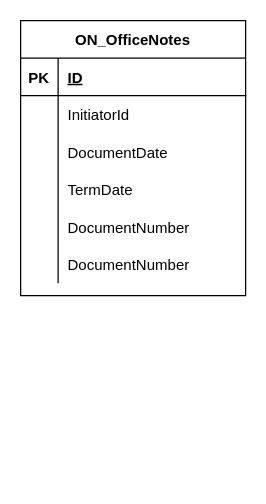
Earlier version of the draw.io diagram Untitled Diagram.drawio (the-shichko/drawio). Source tidied: cells renumbered, new cells numbered last; positions are measured from the earlier drawing's top-left corner, leaving out a move shared by most shapes. Both pictures are drawn from the tidied source at 125%, with x=0, y=0 at pixel (20, 20).
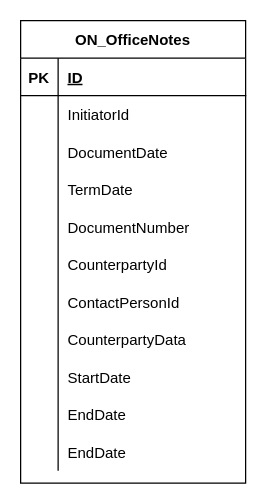
Above is the later version.

The change refers to these unchanged cells:
```xml
<mxCell id="18" style="shape=partialRectangle;fillColor=none;top=0;left=0;bottom=0;right=0;" parent="2" vertex="1">
  <mxGeometry y="180" width="180" height="30" as="geometry" />
</mxCell>
```

Diff of the diagram source:
```diff
@@
     <mxCell id="2" value="ON_OfficeNotes" style="shape=table;startSize=30;childLayout=tableLayout;rowLines=0;fontStyle=1;align=center;" parent="1" vertex="1">
-      <mxGeometry width="180" height="220" as="geometry" />
+      <mxGeometry width="180" height="370" as="geometry" />
     </mxCell>
@@
-    <mxCell id="20" value="DocumentNumber" style="shape=partialRectangle;fillColor=none;top=0;left=0;bottom=0;right=0;align=left;spacingLeft=6;overflow=hidden;" parent="18" vertex="1">
+    <mxCell id="20" value="CounterpartyId" style="shape=partialRectangle;fillColor=none;top=0;left=0;bottom=0;right=0;align=left;spacingLeft=6;overflow=hidden;" parent="18" vertex="1">
       <mxGeometry x="30" width="150" height="30" as="geometry" />
     </mxCell>
+    <mxCell id="21" style="shape=partialRectangle;fillColor=none;top=0;left=0;bottom=0;right=0;" parent="2" vertex="1">
+      <mxGeometry y="210" width="180" height="30" as="geometry" />
+    </mxCell>
+    <mxCell id="22" style="shape=partialRectangle;fillColor=none;top=0;left=0;bottom=0;right=0;overflow=hidden;" parent="21" vertex="1">
+      <mxGeometry width="30" height="30" as="geometry" />
+    </mxCell>
+    <mxCell id="23" value="ContactPersonId" style="shape=partialRectangle;fillColor=none;top=0;left=0;bottom=0;right=0;align=left;spacingLeft=6;overflow=hidden;" parent="21" vertex="1">
+      <mxGeometry x="30" width="150" height="30" as="geometry" />
+    </mxCell>
+    <mxCell id="24" style="shape=partialRectangle;fillColor=none;top=0;left=0;bottom=0;right=0;" parent="2" vertex="1">
+      <mxGeometry y="240" width="180" height="30" as="geometry" />
+    </mxCell>
+    <mxCell id="25" style="shape=partialRectangle;fillColor=none;top=0;left=0;bottom=0;right=0;overflow=hidden;" parent="24" vertex="1">
+      <mxGeometry width="30" height="30" as="geometry" />
+    </mxCell>
+    <mxCell id="26" value="CounterpartyData" style="shape=partialRectangle;fillColor=none;top=0;left=0;bottom=0;right=0;align=left;spacingLeft=6;overflow=hidden;" parent="24" vertex="1">
+      <mxGeometry x="30" width="150" height="30" as="geometry" />
+    </mxCell>
+    <mxCell id="27" style="shape=partialRectangle;fillColor=none;top=0;left=0;bottom=0;right=0;" parent="2" vertex="1">
+      <mxGeometry y="270" width="180" height="30" as="geometry" />
+    </mxCell>
+    <mxCell id="28" style="shape=partialRectangle;fillColor=none;top=0;left=0;bottom=0;right=0;overflow=hidden;" parent="27" vertex="1">
+      <mxGeometry width="30" height="30" as="geometry" />
+    </mxCell>
+    <mxCell id="29" value="StartDate" style="shape=partialRectangle;fillColor=none;top=0;left=0;bottom=0;right=0;align=left;spacingLeft=6;overflow=hidden;" parent="27" vertex="1">
+      <mxGeometry x="30" width="150" height="30" as="geometry" />
+    </mxCell>
+    <mxCell id="30" style="shape=partialRectangle;fillColor=none;top=0;left=0;bottom=0;right=0;" parent="2" vertex="1">
+      <mxGeometry y="300" width="180" height="30" as="geometry" />
+    </mxCell>
+    <mxCell id="31" style="shape=partialRectangle;fillColor=none;top=0;left=0;bottom=0;right=0;overflow=hidden;" parent="30" vertex="1">
+      <mxGeometry width="30" height="30" as="geometry" />
+    </mxCell>
+    <mxCell id="32" value="EndDate" style="shape=partialRectangle;fillColor=none;top=0;left=0;bottom=0;right=0;align=left;spacingLeft=6;overflow=hidden;" parent="30" vertex="1">
+      <mxGeometry x="30" width="150" height="30" as="geometry" />
+    </mxCell>
+    <mxCell id="33" style="shape=partialRectangle;fillColor=none;top=0;left=0;bottom=0;right=0;" parent="2" vertex="1">
+      <mxGeometry y="330" width="180" height="30" as="geometry" />
+    </mxCell>
+    <mxCell id="34" style="shape=partialRectangle;fillColor=none;top=0;left=0;bottom=0;right=0;overflow=hidden;" parent="33" vertex="1">
+      <mxGeometry width="30" height="30" as="geometry" />
+    </mxCell>
+    <mxCell id="35" value="EndDate" style="shape=partialRectangle;fillColor=none;top=0;left=0;bottom=0;right=0;align=left;spacingLeft=6;overflow=hidden;" parent="33" vertex="1">
+      <mxGeometry x="30" width="150" height="30" as="geometry" />
+    </mxCell>
```
